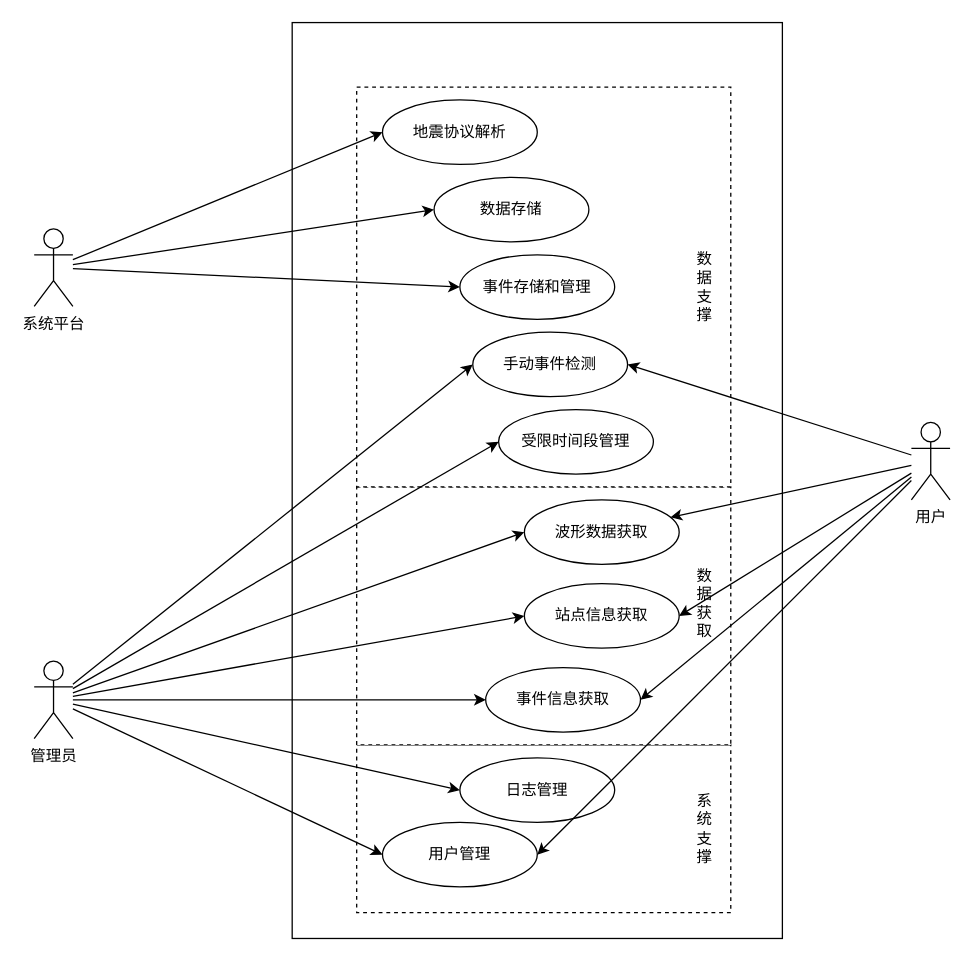
Earlier version of the draw.io diagram 管理系统/总体需求用例图.drawio (Diend-7/-). Source tidied: cells renumbered, new cells numbered last; positions are measured from the earlier drawing's top-left corner, leaving out a move shared by most shapes. Both pictures are drawn from the tidied source at 129%, with x=0, y=0 at pixel (34, 22).
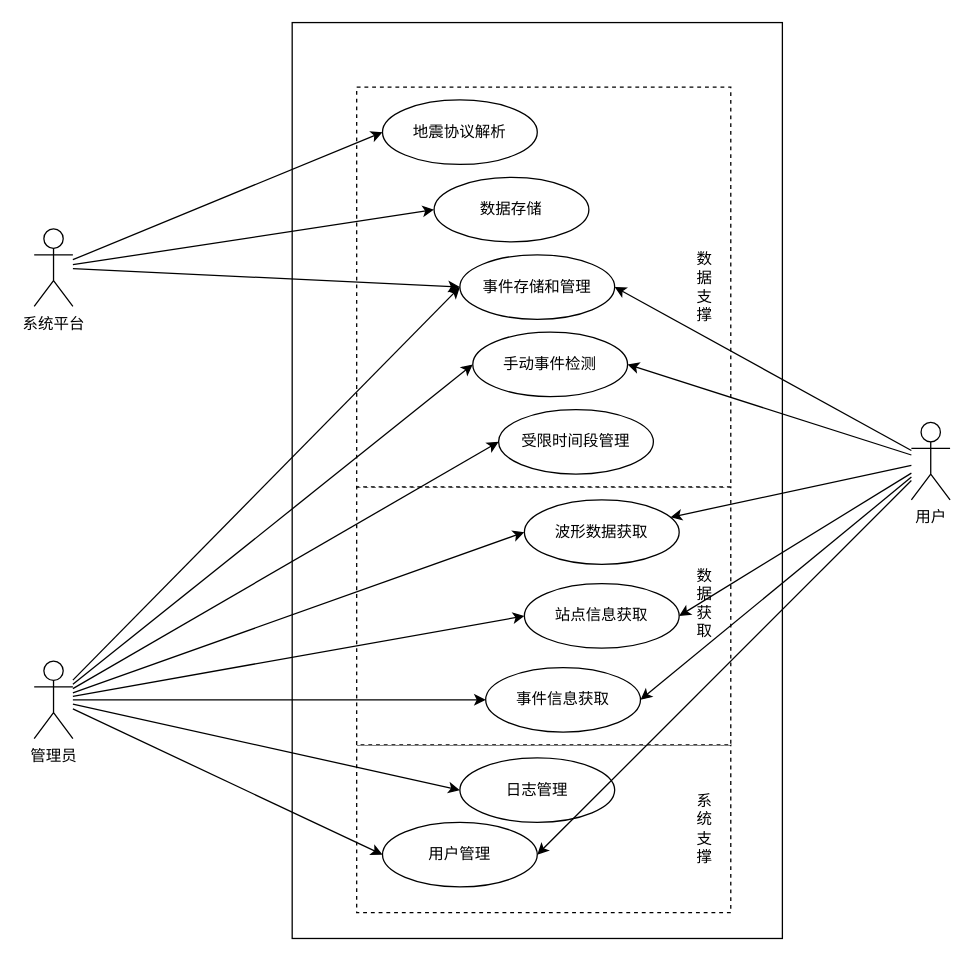
After the change.

Commit message:
更新总体需求用例图.drawio

Unchanged cells that the change refers to:
```xml
<mxCell id="12" value="事件存储和管理" style="ellipse;whiteSpace=wrap;html=1;" parent="1" vertex="1">
  <mxGeometry x="330" y="180" width="120" height="50" as="geometry" />
</mxCell>
<mxCell id="27" value="用户" style="shape=umlActor;verticalLabelPosition=bottom;verticalAlign=top;html=1;outlineConnect=0;" parent="1" vertex="1">
  <mxGeometry x="680" y="310" width="30" height="60" as="geometry" />
</mxCell>
<mxCell id="35" value="管理员" style="shape=umlActor;verticalLabelPosition=bottom;verticalAlign=top;html=1;outlineConnect=0;" parent="1" vertex="1">
  <mxGeometry y="495" width="30" height="60" as="geometry" />
</mxCell>
```

Change to the diagram source:
```diff
@@
+    <mxCell id="37" style="rounded=0;jettySize=auto;html=1;entryX=1;entryY=0.5;entryDx=0;entryDy=0;" parent="1" edge="1" source="27" target="12">
+      <mxGeometry relative="1" as="geometry" />
+    </mxCell>
@@
+    <mxCell id="38" style="rounded=0;jettySize=auto;html=1;entryX=0;entryY=0.5;entryDx=0;entryDy=0;" parent="1" edge="1" source="35" target="12">
+      <mxGeometry relative="1" as="geometry" />
+    </mxCell>
```
